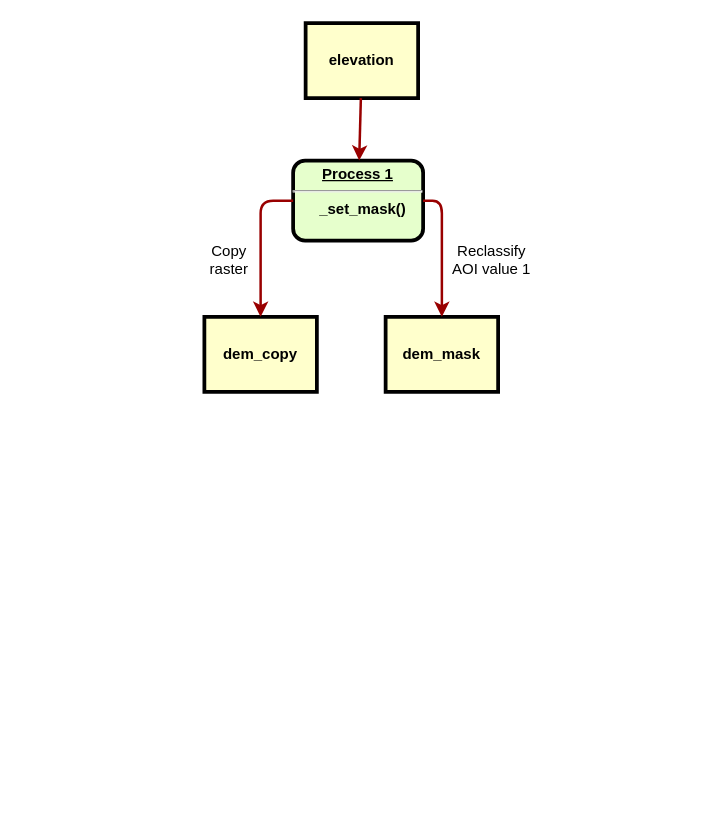
Earlier version of the draw.io diagram graph/SMODER2D Data Preparation.drawio (storm-fsv-cvut/smoderp2d-manual). Source tidied: cells renumbered, new cells numbered last; positions are measured from the earlier drawing's top-left corner, leaving out a move shared by most shapes. Both pictures are drawn from the tidied source at 125%, with x=0, y=0 at pixel (204, 22).
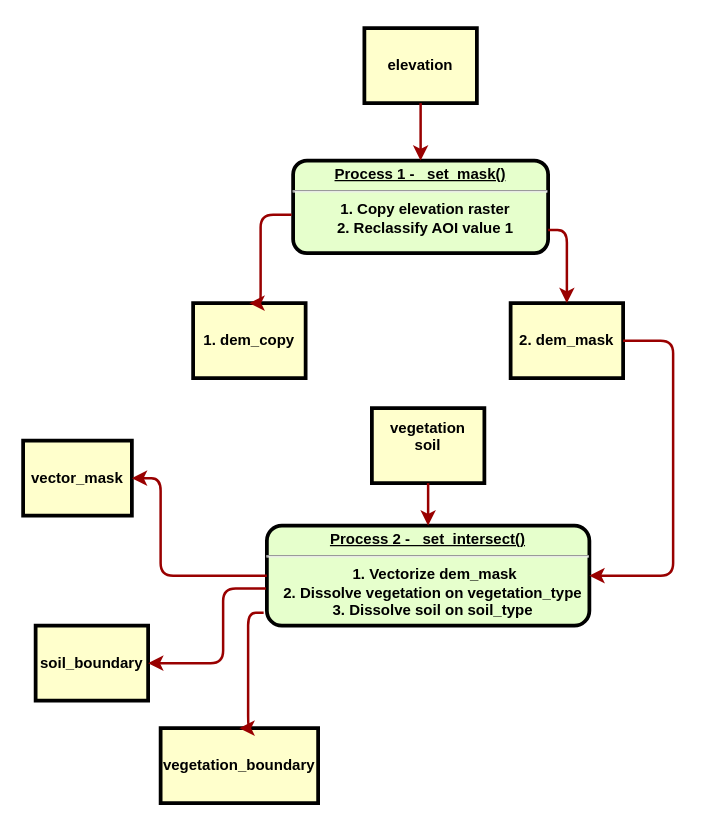
After the change.

Commit message:
_set_intersect in progress

What changed in the source:
```diff
@@
-    <mxCell id="2" value="&lt;p style=&quot;margin: 0px ; margin-top: 4px ; text-align: center ; text-decoration: underline&quot;&gt;&lt;strong&gt;Process 1&lt;br&gt;&lt;/strong&gt;&lt;/p&gt;&lt;hr&gt;&lt;p style=&quot;margin: 0px ; margin-left: 8px&quot;&gt;_set_mask()&lt;br&gt;&lt;/p&gt;" style="verticalAlign=middle;align=center;overflow=fill;fontSize=12;fontFamily=Helvetica;html=1;rounded=1;fontStyle=1;strokeWidth=3;fillColor=#E6FFCC;" parent="1" vertex="1">
-      <mxGeometry x="71" y="110" width="104" height="64" as="geometry" />
+    <mxCell id="2" value="&lt;p style=&quot;margin: 0px ; margin-top: 4px ; text-align: center ; text-decoration: underline&quot;&gt;&lt;strong&gt;Process 1 - _set_mask()&lt;br&gt;&lt;/strong&gt;&lt;/p&gt;&lt;hr&gt;&lt;p style=&quot;margin: 0px ; margin-left: 8px&quot;&gt;1. Copy elevation raster&lt;/p&gt;&lt;p style=&quot;margin: 0px ; margin-left: 8px&quot;&gt;2. Reclassify AOI value 1&lt;br&gt;&lt;/p&gt;" style="verticalAlign=middle;align=center;overflow=fill;fontSize=12;fontFamily=Helvetica;html=1;rounded=1;fontStyle=1;strokeWidth=3;fillColor=#E6FFCC;" parent="1" vertex="1">
+      <mxGeometry x="71" y="110" width="204" height="74" as="geometry" />
     </mxCell>
     <mxCell id="3" value="elevation" style="whiteSpace=wrap;align=center;verticalAlign=middle;fontStyle=1;strokeWidth=3;fillColor=#FFFFCC;" parent="1" vertex="1">
-      <mxGeometry x="81" width="90" height="60" as="geometry" />
+      <mxGeometry x="128" y="4" width="90" height="60" as="geometry" />
     </mxCell>
-    <mxCell id="4" value="dem_copy" style="whiteSpace=wrap;align=center;verticalAlign=middle;fontStyle=1;strokeWidth=3;fillColor=#FFFFCC;" parent="1" vertex="1">
-      <mxGeometry y="235" width="90" height="60" as="geometry" />
+    <mxCell id="4" value="1. dem_copy" style="whiteSpace=wrap;align=center;verticalAlign=middle;fontStyle=1;strokeWidth=3;fillColor=#FFFFCC;" parent="1" vertex="1">
+      <mxGeometry x="-9" y="224" width="90" height="60" as="geometry" />
     </mxCell>
@@
-    <mxCell id="6" value="Copy&#10;raster&#10;" style="text;spacingTop=-5;align=center;" parent="1" vertex="1">
-      <mxGeometry x="5" y="174" width="30" height="20" as="geometry" />
-    </mxCell>
-    <mxCell id="7" style="edgeStyle=elbowEdgeStyle;elbow=horizontal;strokeColor=#990000;strokeWidth=2;entryX=0.5;entryY=0;entryDx=0;entryDy=0;" parent="1" edge="1" source="2" target="4">
+    <mxCell id="7" style="edgeStyle=elbowEdgeStyle;elbow=horizontal;strokeColor=#990000;strokeWidth=2;entryX=0.5;entryY=0;entryDx=0;entryDy=0;exitX=-0.006;exitY=0.585;exitDx=0;exitDy=0;exitPerimeter=0;" parent="1" edge="1" source="2" target="4">
       <mxGeometry relative="1" as="geometry">
         <Array as="points">
           <mxPoint x="45" y="184" />
         </Array>
       </mxGeometry>
     </mxCell>
@@
-    <mxCell id="9" value="dem_mask" style="whiteSpace=wrap;align=center;verticalAlign=middle;fontStyle=1;strokeWidth=3;fillColor=#FFFFCC;" parent="1" vertex="1">
-      <mxGeometry x="145" y="235" width="90" height="60" as="geometry" />
+    <mxCell id="9" value="2. dem_mask" style="whiteSpace=wrap;align=center;verticalAlign=middle;fontStyle=1;strokeWidth=3;fillColor=#FFFFCC;" parent="1" vertex="1">
+      <mxGeometry x="245" y="224" width="90" height="60" as="geometry" />
     </mxCell>
-    <mxCell id="10" style="edgeStyle=elbowEdgeStyle;elbow=horizontal;strokeColor=#990000;strokeWidth=2;entryX=0.5;entryY=0;entryDx=0;entryDy=0;" parent="1" edge="1" target="9">
+    <mxCell id="10" style="edgeStyle=elbowEdgeStyle;elbow=horizontal;strokeColor=#990000;strokeWidth=2;entryX=0.5;entryY=0;entryDx=0;entryDy=0;exitX=1;exitY=0.75;exitDx=0;exitDy=0;" parent="1" edge="1" source="2" target="9">
       <mxGeometry relative="1" as="geometry">
-        <mxPoint x="175" y="142" as="sourcePoint" />
         <Array as="points">
-          <mxPoint x="190" y="177" />
+          <mxPoint x="290" y="194" />
         </Array>
       </mxGeometry>
     </mxCell>
-    <mxCell id="11" value="Reclassify&#10;AOI value 1" style="text;spacingTop=-5;align=center;" parent="1" vertex="1">
-      <mxGeometry x="215" y="174" width="30" height="20" as="geometry" />
-    </mxCell>
+    <mxCell id="12" value="&lt;p style=&quot;margin: 0px ; margin-top: 4px ; text-align: center ; text-decoration: underline&quot;&gt;&lt;strong&gt;Process 2 - _set_intersect()&lt;br&gt;&lt;/strong&gt;&lt;/p&gt;&lt;hr&gt;&lt;p style=&quot;margin: 0px ; margin-left: 8px&quot;&gt;&amp;nbsp;1. Vectorize dem_mask&lt;/p&gt;&lt;p style=&quot;margin: 0px ; margin-left: 8px&quot;&gt;2. Dissolve vegetation on vegetation_type&lt;/p&gt;&lt;p style=&quot;margin: 0px ; margin-left: 8px&quot;&gt;3. Dissolve soil on soil_type&lt;br&gt;&lt;/p&gt;" style="verticalAlign=middle;align=center;overflow=fill;fontSize=12;fontFamily=Helvetica;html=1;rounded=1;fontStyle=1;strokeWidth=3;fillColor=#E6FFCC;" parent="1" vertex="1">
+      <mxGeometry x="50" y="402" width="258" height="80" as="geometry" />
+    </mxCell>
+    <mxCell id="13" value="vegetation&#10;soil&#10;" style="whiteSpace=wrap;align=center;verticalAlign=middle;fontStyle=1;strokeWidth=3;fillColor=#FFFFCC;" parent="1" vertex="1">
+      <mxGeometry x="134" y="308" width="90" height="60" as="geometry" />
+    </mxCell>
+    <mxCell id="14" style="edgeStyle=none;noEdgeStyle=1;strokeColor=#990000;strokeWidth=2;" parent="1" edge="1" source="13" target="12">
+      <mxGeometry relative="1" as="geometry" />
+    </mxCell>
+    <mxCell id="15" style="edgeStyle=orthogonalEdgeStyle;rounded=0;orthogonalLoop=1;jettySize=auto;html=1;exitX=0.5;exitY=1;exitDx=0;exitDy=0;" parent="1" edge="1">
+      <mxGeometry relative="1" as="geometry">
+        <mxPoint x="216" y="543" as="sourcePoint" />
+        <mxPoint x="216" y="543" as="targetPoint" />
+      </mxGeometry>
+    </mxCell>
+    <mxCell id="16" value="vector_mask" style="whiteSpace=wrap;align=center;verticalAlign=middle;fontStyle=1;strokeWidth=3;fillColor=#FFFFCC;" parent="1" vertex="1">
+      <mxGeometry x="-145" y="334" width="87" height="60" as="geometry" />
+    </mxCell>
+    <mxCell id="17" style="edgeStyle=elbowEdgeStyle;elbow=horizontal;strokeColor=#990000;strokeWidth=2;entryX=1;entryY=0.5;entryDx=0;entryDy=0;exitX=0;exitY=0.5;exitDx=0;exitDy=0;" parent="1" edge="1" source="12" target="16">
+      <mxGeometry relative="1" as="geometry">
+        <Array as="points">
+          <mxPoint x="-35" y="442" />
+          <mxPoint y="488" />
+          <mxPoint x="250" y="485" />
+        </Array>
+      </mxGeometry>
+    </mxCell>
+    <mxCell id="18" style="edgeStyle=elbowEdgeStyle;elbow=horizontal;strokeColor=#990000;strokeWidth=2;entryX=1;entryY=0.5;entryDx=0;entryDy=0;exitX=1;exitY=0.5;exitDx=0;exitDy=0;" parent="1" edge="1" source="9" target="12">
+      <mxGeometry relative="1" as="geometry">
+        <Array as="points">
+          <mxPoint x="375" y="374" />
+          <mxPoint x="290" y="374" />
+        </Array>
+      </mxGeometry>
+    </mxCell>
+    <mxCell id="19" value="soil_boundary" style="whiteSpace=wrap;align=center;verticalAlign=middle;fontStyle=1;strokeWidth=3;fillColor=#FFFFCC;" parent="1" vertex="1">
+      <mxGeometry x="-135" y="482" width="90" height="60" as="geometry" />
+    </mxCell>
+    <mxCell id="20" style="edgeStyle=elbowEdgeStyle;elbow=horizontal;strokeColor=#990000;strokeWidth=2;exitX=-0.003;exitY=0.629;exitDx=0;exitDy=0;entryX=1;entryY=0.5;entryDx=0;entryDy=0;exitPerimeter=0;" parent="1" edge="1" source="12" target="19">
+      <mxGeometry relative="1" as="geometry">
+        <Array as="points">
+          <mxPoint x="15" y="508" />
+          <mxPoint x="35" y="478" />
+          <mxPoint x="130" y="548" />
+        </Array>
+      </mxGeometry>
+    </mxCell>
+    <mxCell id="21" value="vegetation_boundary" style="whiteSpace=wrap;align=center;verticalAlign=middle;fontStyle=1;strokeWidth=3;fillColor=#FFFFCC;" parent="1" vertex="1">
+      <mxGeometry x="-35" y="564" width="126" height="60" as="geometry" />
+    </mxCell>
+    <mxCell id="22" style="edgeStyle=elbowEdgeStyle;elbow=horizontal;strokeColor=#990000;strokeWidth=2;exitX=-0.01;exitY=0.871;exitDx=0;exitDy=0;entryX=0.5;entryY=0;entryDx=0;entryDy=0;exitPerimeter=0;" parent="1" edge="1" source="12" target="21">
+      <mxGeometry relative="1" as="geometry">
+        <Array as="points">
+          <mxPoint x="35" y="504" />
+        </Array>
+      </mxGeometry>
+    </mxCell>
```
